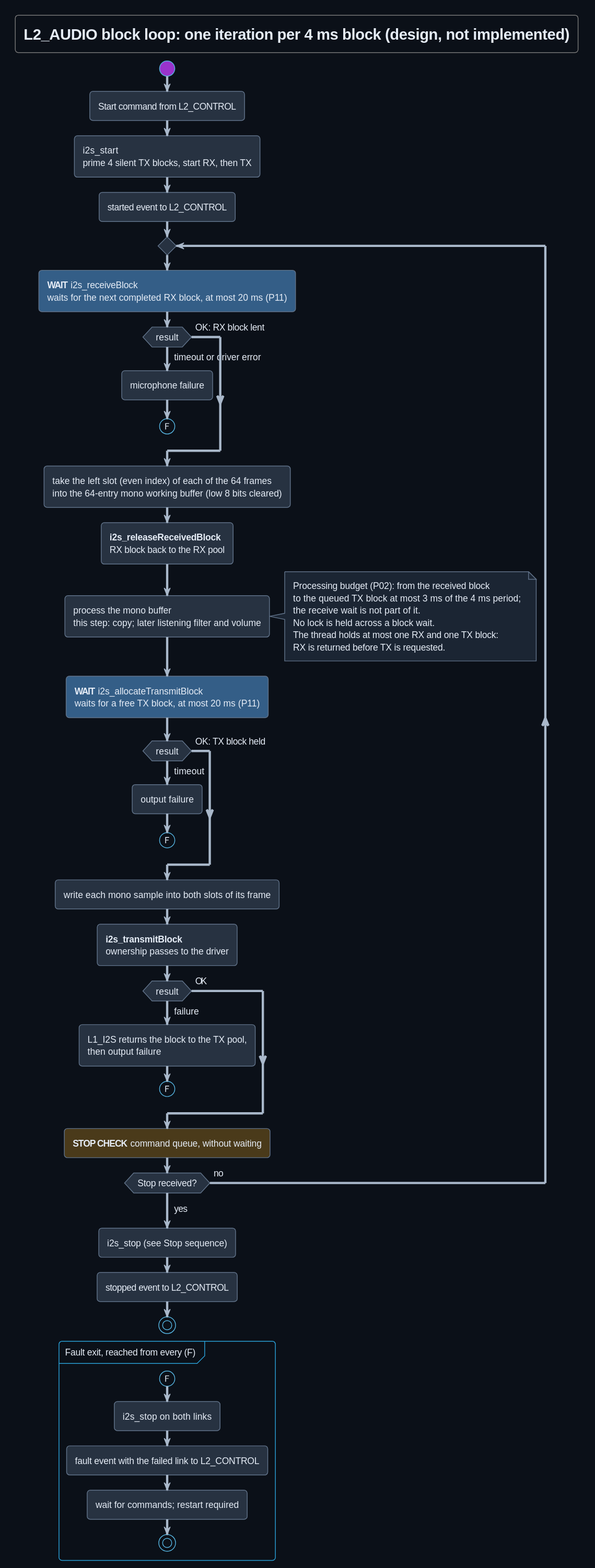
Before: Development/system/design/AUDIO/rendered/block_loop.svg, a diagram exported from PlantUML (DemonicPsychoII/DigitalStethoscope). The source it was exported from:
```plantuml
@startuml
!theme cyborg
skinparam shadowing false
skinparam defaultFontName SansSerif
skinparam backgroundColor #0b1018
skinparam defaultFontColor #e6edf7
skinparam ArrowColor #a9b8ca
skinparam ArrowFontColor #e6edf7
skinparam activity {
 BackgroundColor #273241
 BorderColor #61738a
 FontColor #e6edf7
}
skinparam note {
 BackgroundColor #1b2533
 BorderColor #61738a
 FontColor #e6edf7
}
title L2_AUDIO block loop: one iteration per 4 ms block (design, not implemented)
start
:Start command from L2_CONTROL;
:i2s_start\nprime 4 silent TX blocks, start RX, then TX;
:started event to L2_CONTROL;
repeat
  :**WAIT** i2s_receiveBlock\nwaits for the next completed RX block, at most 20 ms (P11); <<#345E87>>
  if (result) then (timeout or driver error)
    :microphone failure;
    (F)
    detach
  else (OK: RX block lent)
  endif
  :take the left slot (even index) of each of the 64 frames\ninto the 64-entry mono working buffer (low 8 bits cleared);
  :**i2s_releaseReceivedBlock**\nRX block back to the RX pool;
  :process the mono buffer\nthis step: copy; later listening filter and volume;
note right
  Processing budget (P02): from the received block
  to the queued TX block at most 3 ms of the 4 ms period;
  the receive wait is not part of it.
  No lock is held across a block wait.
  The thread holds at most one RX and one TX block:
  RX is returned before TX is requested.
end note
  :**WAIT** i2s_allocateTransmitBlock\nwaits for a free TX block, at most 20 ms (P11); <<#345E87>>
  if (result) then (timeout)
    :output failure;
    (F)
    detach
  else (OK: TX block held)
  endif
  :write each mono sample into both slots of its frame;
  :**i2s_transmitBlock**\nownership passes to the driver;
  if (result) then (failure)
    :L1_I2S returns the block to the TX pool,\nthen output failure;
    (F)
    detach
  else (OK)
  endif
  :**STOP CHECK** command queue, without waiting; <<#4a3a1a>>
repeat while (Stop received?) is (no)
->yes;
:i2s_stop (see Stop sequence);
:stopped event to L2_CONTROL;
stop
partition "Fault exit, reached from every (F)" {
(F)
:i2s_stop on both links;
:fault event with the failed link to L2_CONTROL;
:wait for commands; restart required;
stop
}
@enduml
```
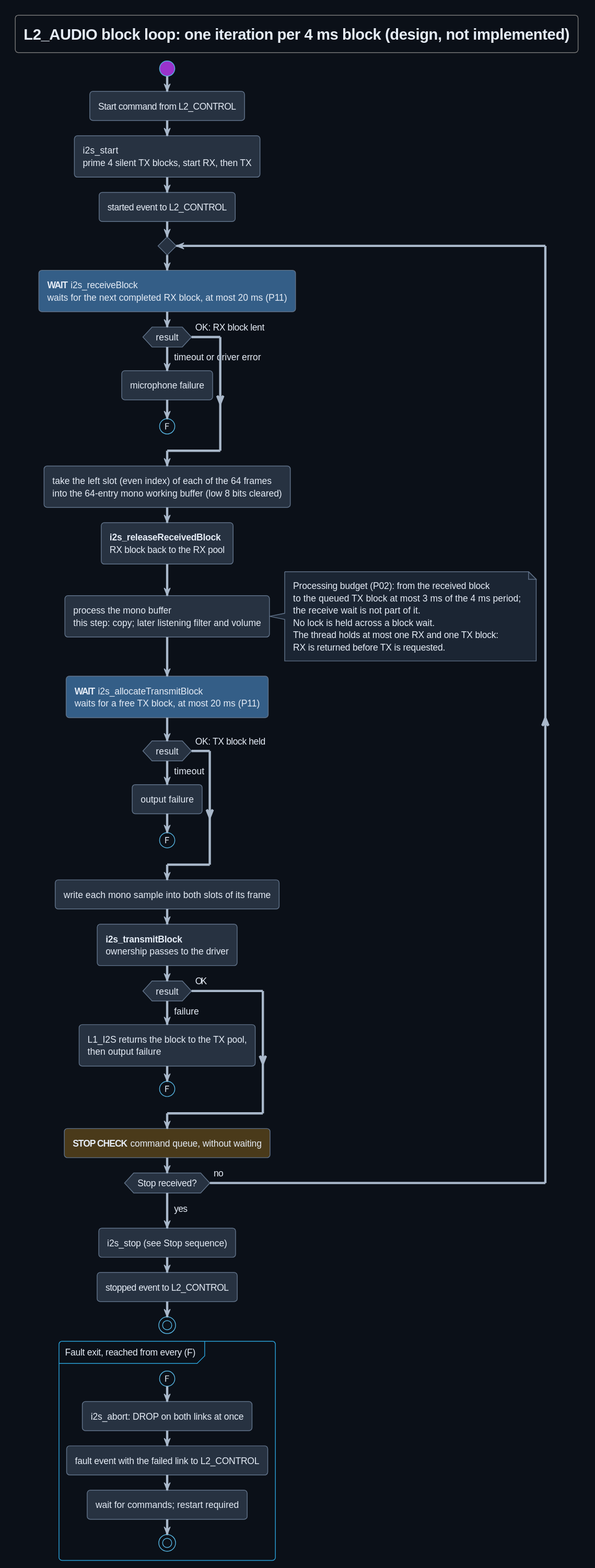
After the commit.

Commit message:
TICKET-185: documentation: drop both audio links at once on any audio fault and defer all four non-audio restart-required errors during listening

Diff of the diagram source:
```diff
@@ -63,7 +63,7 @@
 stop
 partition "Fault exit, reached from every (F)" {
 (F)
-:i2s_stop on both links;
+:i2s_abort: DROP on both links at once;
 :fault event with the failed link to L2_CONTROL;
 :wait for commands; restart required;
 stop
```
